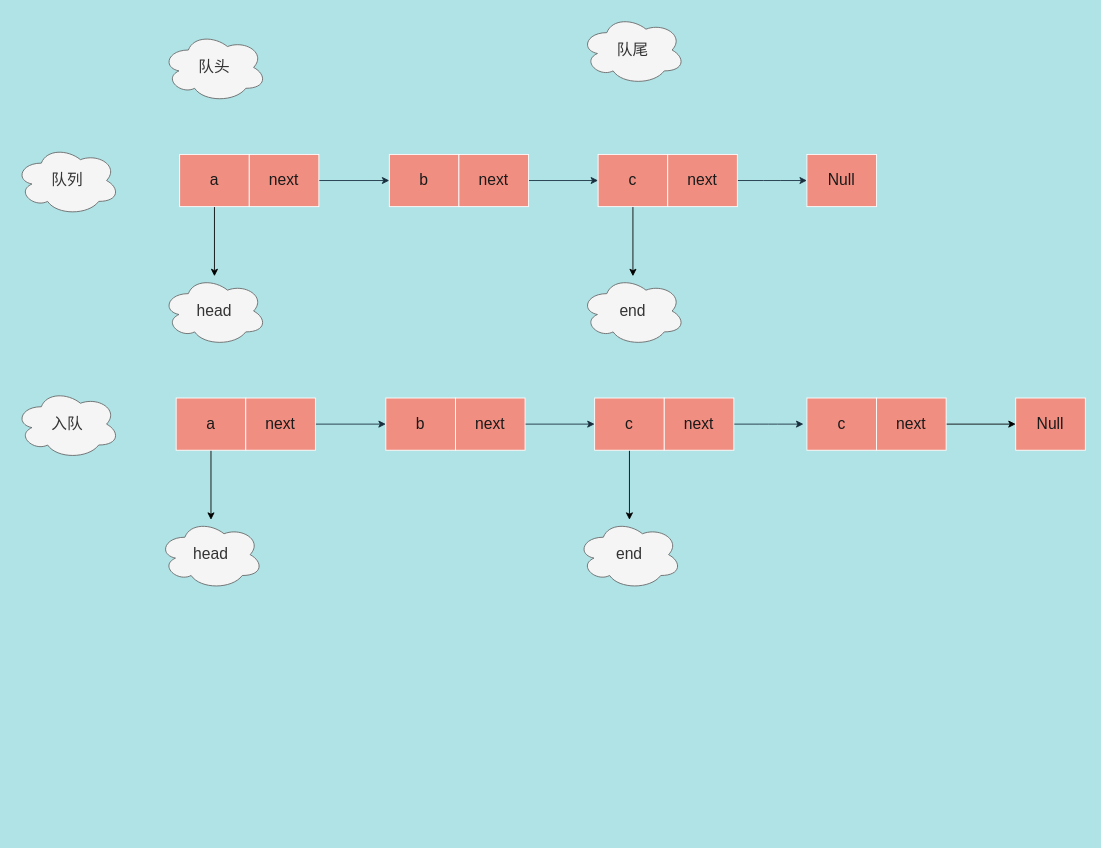
Above: page "Copy of link1" (15 of 20) of tree/tree.drawio in Christings/wechat (draw.io), before the change. Source tidied: cells renumbered, new cells numbered last; positions are measured from the earlier drawing's top-left corner, leaving out a move shared by most shapes. Both pictures are drawn from the tidied source at 87%, with x=0, y=0 at pixel (15, 15).
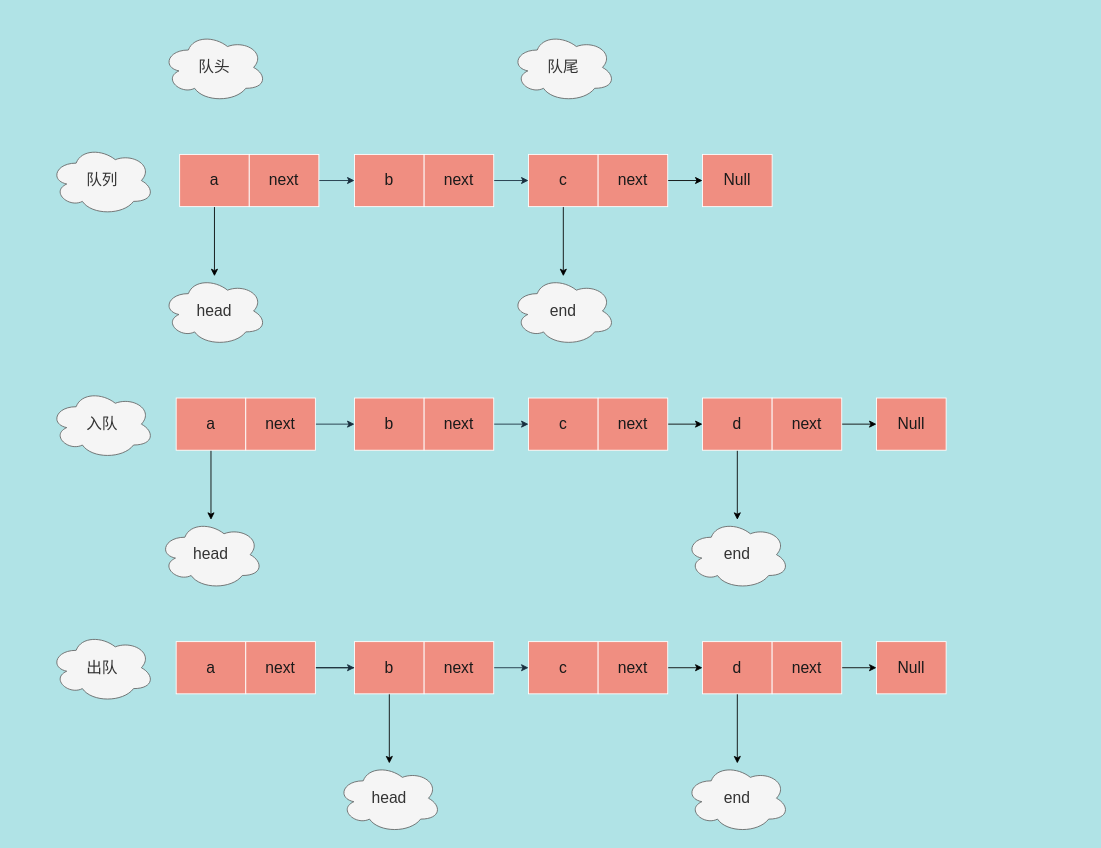
After the change.

Diff of the diagram source:
```diff
@@
     <mxCell id="6" value="b" style="rounded=0;whiteSpace=wrap;html=1;sketch=0;fontSize=18;fontColor=#1A1A1A;strokeColor=#FFFFFF;fillColor=#F08E81;" parent="1" vertex="1">
-      <mxGeometry x="430" y="160" width="80" height="60" as="geometry" />
+      <mxGeometry x="390" y="160" width="80" height="60" as="geometry" />
     </mxCell>
@@
     <mxCell id="8" value="next" style="rounded=0;whiteSpace=wrap;html=1;sketch=0;fontSize=18;fontColor=#1A1A1A;strokeColor=#FFFFFF;fillColor=#F08E81;" parent="1" vertex="1">
-      <mxGeometry x="510" y="160" width="80" height="60" as="geometry" />
+      <mxGeometry x="470" y="160" width="80" height="60" as="geometry" />
     </mxCell>
@@
     <mxCell id="10" value="c" style="rounded=0;whiteSpace=wrap;html=1;sketch=0;fontSize=18;fontColor=#1A1A1A;strokeColor=#FFFFFF;fillColor=#F08E81;" parent="1" vertex="1">
-      <mxGeometry x="670" y="160" width="80" height="60" as="geometry" />
+      <mxGeometry x="590" y="160" width="80" height="60" as="geometry" />
     </mxCell>
-    <mxCell id="11" style="edgeStyle=orthogonalEdgeStyle;curved=0;rounded=1;sketch=0;jettySize=auto;html=1;fontColor=#1A1A1A;strokeColor=#182E3E;" parent="1" edge="1" source="12">
-      <mxGeometry relative="1" as="geometry">
-        <mxPoint x="910" y="190" as="targetPoint" />
-      </mxGeometry>
-    </mxCell>
+    <mxCell id="37" style="edgeStyle=orthogonalEdgeStyle;rounded=0;jettySize=auto;html=1;" parent="1" edge="1" source="12" target="13">
+      <mxGeometry relative="1" as="geometry" />
+    </mxCell>
     <mxCell id="12" value="next" style="rounded=0;whiteSpace=wrap;html=1;sketch=0;fontSize=18;fontColor=#1A1A1A;strokeColor=#FFFFFF;fillColor=#F08E81;" parent="1" vertex="1">
-      <mxGeometry x="750" y="160" width="80" height="60" as="geometry" />
+      <mxGeometry x="670" y="160" width="80" height="60" as="geometry" />
     </mxCell>
     <mxCell id="13" value="Null" style="rounded=0;whiteSpace=wrap;html=1;sketch=0;fontSize=18;fontColor=#1A1A1A;strokeColor=#FFFFFF;fillColor=#F08E81;" parent="1" vertex="1">
-      <mxGeometry x="910" y="160" width="80" height="60" as="geometry" />
+      <mxGeometry x="790" y="160" width="80" height="60" as="geometry" />
     </mxCell>
     <mxCell id="14" value="&lt;font style=&quot;font-size: 18px&quot;&gt;队列&lt;/font&gt;" style="ellipse;shape=cloud;whiteSpace=wrap;html=1;fillColor=#f5f5f5;strokeColor=#666666;fontColor=#333333;" parent="1" vertex="1">
-      <mxGeometry y="150" width="120" height="80" as="geometry" />
+      <mxGeometry x="40" y="150" width="120" height="80" as="geometry" />
     </mxCell>
@@
     <mxCell id="16" value="&lt;span style=&quot;font-size: 18px&quot;&gt;队尾&lt;/span&gt;" style="ellipse;shape=cloud;whiteSpace=wrap;html=1;fillColor=#f5f5f5;strokeColor=#666666;fontColor=#333333;" parent="1" vertex="1">
-      <mxGeometry x="650" width="120" height="80" as="geometry" />
+      <mxGeometry x="570" y="20" width="120" height="80" as="geometry" />
     </mxCell>
@@
     <mxCell id="18" value="&lt;span style=&quot;font-size: 18px&quot;&gt;end&lt;/span&gt;" style="ellipse;shape=cloud;whiteSpace=wrap;html=1;fillColor=#f5f5f5;strokeColor=#666666;fontColor=#333333;" parent="1" vertex="1">
-      <mxGeometry x="650" y="300" width="120" height="80" as="geometry" />
+      <mxGeometry x="570" y="300" width="120" height="80" as="geometry" />
     </mxCell>
@@
     <mxCell id="23" value="b" style="rounded=0;whiteSpace=wrap;html=1;sketch=0;fontSize=18;fontColor=#1A1A1A;strokeColor=#FFFFFF;fillColor=#F08E81;" parent="1" vertex="1">
-      <mxGeometry x="426" y="440" width="80" height="60" as="geometry" />
+      <mxGeometry x="390" y="440" width="80" height="60" as="geometry" />
     </mxCell>
@@
     <mxCell id="25" value="next" style="rounded=0;whiteSpace=wrap;html=1;sketch=0;fontSize=18;fontColor=#1A1A1A;strokeColor=#FFFFFF;fillColor=#F08E81;" parent="1" vertex="1">
-      <mxGeometry x="506" y="440" width="80" height="60" as="geometry" />
+      <mxGeometry x="470" y="440" width="80" height="60" as="geometry" />
     </mxCell>
-    <mxCell id="26" style="edgeStyle=orthogonalEdgeStyle;rounded=0;jettySize=auto;html=1;" parent="1" edge="1" source="27" target="32">
-      <mxGeometry relative="1" as="geometry" />
-    </mxCell>
     <mxCell id="27" value="c" style="rounded=0;whiteSpace=wrap;html=1;sketch=0;fontSize=18;fontColor=#1A1A1A;strokeColor=#FFFFFF;fillColor=#F08E81;" parent="1" vertex="1">
-      <mxGeometry x="666" y="440" width="80" height="60" as="geometry" />
+      <mxGeometry x="590" y="440" width="80" height="60" as="geometry" />
     </mxCell>
-    <mxCell id="28" style="edgeStyle=orthogonalEdgeStyle;curved=0;rounded=1;sketch=0;jettySize=auto;html=1;fontColor=#1A1A1A;strokeColor=#182E3E;" parent="1" edge="1" source="29">
-      <mxGeometry relative="1" as="geometry">
-        <mxPoint x="906" y="470" as="targetPoint" />
-      </mxGeometry>
-    </mxCell>
+    <mxCell id="38" style="edgeStyle=orthogonalEdgeStyle;rounded=0;jettySize=auto;html=1;" parent="1" edge="1" source="29" target="34">
+      <mxGeometry relative="1" as="geometry" />
+    </mxCell>
     <mxCell id="29" value="next" style="rounded=0;whiteSpace=wrap;html=1;sketch=0;fontSize=18;fontColor=#1A1A1A;strokeColor=#FFFFFF;fillColor=#F08E81;" parent="1" vertex="1">
-      <mxGeometry x="746" y="440" width="80" height="60" as="geometry" />
+      <mxGeometry x="670" y="440" width="80" height="60" as="geometry" />
     </mxCell>
     <mxCell id="30" value="Null" style="rounded=0;whiteSpace=wrap;html=1;sketch=0;fontSize=18;fontColor=#1A1A1A;strokeColor=#FFFFFF;fillColor=#F08E81;" parent="1" vertex="1">
-      <mxGeometry x="1150" y="440" width="80" height="60" as="geometry" />
+      <mxGeometry x="990" y="440" width="80" height="60" as="geometry" />
     </mxCell>
@@
     <mxCell id="32" value="&lt;span style=&quot;font-size: 18px&quot;&gt;end&lt;/span&gt;" style="ellipse;shape=cloud;whiteSpace=wrap;html=1;fillColor=#f5f5f5;strokeColor=#666666;fontColor=#333333;" parent="1" vertex="1">
-      <mxGeometry x="646" y="580" width="120" height="80" as="geometry" />
+      <mxGeometry x="770" y="580" width="120" height="80" as="geometry" />
     </mxCell>
     <mxCell id="33" value="&lt;span style=&quot;font-size: 18px&quot;&gt;入队&lt;/span&gt;" style="ellipse;shape=cloud;whiteSpace=wrap;html=1;fillColor=#f5f5f5;strokeColor=#666666;fontColor=#333333;" parent="1" vertex="1">
-      <mxGeometry y="430" width="120" height="80" as="geometry" />
+      <mxGeometry x="40" y="430" width="120" height="80" as="geometry" />
     </mxCell>
+    <mxCell id="39" style="edgeStyle=orthogonalEdgeStyle;rounded=0;jettySize=auto;html=1;" parent="1" edge="1" source="34" target="32">
+      <mxGeometry relative="1" as="geometry" />
+    </mxCell>
-    <mxCell id="34" value="c" style="rounded=0;whiteSpace=wrap;html=1;sketch=0;fontSize=18;fontColor=#1A1A1A;strokeColor=#FFFFFF;fillColor=#F08E81;" parent="1" vertex="1">
-      <mxGeometry x="910" y="440" width="80" height="60" as="geometry" />
+    <mxCell id="34" value="d" style="rounded=0;whiteSpace=wrap;html=1;sketch=0;fontSize=18;fontColor=#1A1A1A;strokeColor=#FFFFFF;fillColor=#F08E81;" parent="1" vertex="1">
+      <mxGeometry x="790" y="440" width="80" height="60" as="geometry" />
     </mxCell>
@@
     <mxCell id="36" value="next" style="rounded=0;whiteSpace=wrap;html=1;sketch=0;fontSize=18;fontColor=#1A1A1A;strokeColor=#FFFFFF;fillColor=#F08E81;" parent="1" vertex="1">
-      <mxGeometry x="990" y="440" width="80" height="60" as="geometry" />
+      <mxGeometry x="870" y="440" width="80" height="60" as="geometry" />
     </mxCell>
+    <mxCell id="40" style="edgeStyle=orthogonalEdgeStyle;rounded=0;jettySize=auto;html=1;" parent="1" edge="1" source="41" target="50">
+      <mxGeometry relative="1" as="geometry" />
+    </mxCell>
+    <mxCell id="41" value="a" style="rounded=0;whiteSpace=wrap;html=1;sketch=0;fontSize=18;fontColor=#1A1A1A;strokeColor=#FFFFFF;fillColor=#F08E81;" parent="1" vertex="1">
+      <mxGeometry x="185" y="720" width="80" height="60" as="geometry" />
+    </mxCell>
+    <mxCell id="42" style="edgeStyle=orthogonalEdgeStyle;curved=0;rounded=1;sketch=0;jettySize=auto;html=1;fontColor=#1A1A1A;strokeColor=#182E3E;" parent="1" edge="1" source="43" target="44">
+      <mxGeometry relative="1" as="geometry" />
+    </mxCell>
+    <mxCell id="43" value="next" style="rounded=0;whiteSpace=wrap;html=1;sketch=0;fontSize=18;fontColor=#1A1A1A;strokeColor=#FFFFFF;fillColor=#F08E81;" parent="1" vertex="1">
+      <mxGeometry x="265" y="720" width="80" height="60" as="geometry" />
+    </mxCell>
+    <mxCell id="44" value="b" style="rounded=0;whiteSpace=wrap;html=1;sketch=0;fontSize=18;fontColor=#1A1A1A;strokeColor=#FFFFFF;fillColor=#F08E81;" parent="1" vertex="1">
+      <mxGeometry x="390" y="720" width="80" height="60" as="geometry" />
+    </mxCell>
+    <mxCell id="45" style="edgeStyle=orthogonalEdgeStyle;curved=0;rounded=1;sketch=0;jettySize=auto;html=1;fontColor=#1A1A1A;strokeColor=#182E3E;" parent="1" edge="1" source="46" target="47">
+      <mxGeometry relative="1" as="geometry" />
+    </mxCell>
+    <mxCell id="46" value="next" style="rounded=0;whiteSpace=wrap;html=1;sketch=0;fontSize=18;fontColor=#1A1A1A;strokeColor=#FFFFFF;fillColor=#F08E81;" parent="1" vertex="1">
+      <mxGeometry x="470" y="720" width="80" height="60" as="geometry" />
+    </mxCell>
+    <mxCell id="47" value="c" style="rounded=0;whiteSpace=wrap;html=1;sketch=0;fontSize=18;fontColor=#1A1A1A;strokeColor=#FFFFFF;fillColor=#F08E81;" parent="1" vertex="1">
+      <mxGeometry x="590" y="720" width="80" height="60" as="geometry" />
+    </mxCell>
+    <mxCell id="48" style="edgeStyle=orthogonalEdgeStyle;rounded=0;jettySize=auto;html=1;" parent="1" edge="1" source="49" target="54">
+      <mxGeometry relative="1" as="geometry" />
+    </mxCell>
+    <mxCell id="49" value="next" style="rounded=0;whiteSpace=wrap;html=1;sketch=0;fontSize=18;fontColor=#1A1A1A;strokeColor=#FFFFFF;fillColor=#F08E81;" parent="1" vertex="1">
+      <mxGeometry x="670" y="720" width="80" height="60" as="geometry" />
+    </mxCell>
+    <mxCell id="50" value="&lt;span style=&quot;font-size: 18px&quot;&gt;head&lt;/span&gt;" style="ellipse;shape=cloud;whiteSpace=wrap;html=1;fillColor=#f5f5f5;strokeColor=#666666;fontColor=#333333;" parent="1" vertex="1">
+      <mxGeometry x="370" y="860" width="120" height="80" as="geometry" />
+    </mxCell>
+    <mxCell id="51" value="&lt;span style=&quot;font-size: 18px&quot;&gt;end&lt;/span&gt;" style="ellipse;shape=cloud;whiteSpace=wrap;html=1;fillColor=#f5f5f5;strokeColor=#666666;fontColor=#333333;" parent="1" vertex="1">
+      <mxGeometry x="770" y="860" width="120" height="80" as="geometry" />
+    </mxCell>
+    <mxCell id="52" value="&lt;span style=&quot;font-size: 18px&quot;&gt;出队&lt;/span&gt;" style="ellipse;shape=cloud;whiteSpace=wrap;html=1;fillColor=#f5f5f5;strokeColor=#666666;fontColor=#333333;" parent="1" vertex="1">
+      <mxGeometry x="40" y="710" width="120" height="80" as="geometry" />
+    </mxCell>
+    <mxCell id="53" style="edgeStyle=orthogonalEdgeStyle;rounded=0;jettySize=auto;html=1;" parent="1" edge="1" source="54" target="51">
+      <mxGeometry relative="1" as="geometry" />
+    </mxCell>
+    <mxCell id="54" value="d" style="rounded=0;whiteSpace=wrap;html=1;sketch=0;fontSize=18;fontColor=#1A1A1A;strokeColor=#FFFFFF;fillColor=#F08E81;" parent="1" vertex="1">
+      <mxGeometry x="790" y="720" width="80" height="60" as="geometry" />
+    </mxCell>
+    <mxCell id="55" style="edgeStyle=orthogonalEdgeStyle;rounded=0;jettySize=auto;html=1;" parent="1" edge="1" source="56" target="57">
+      <mxGeometry relative="1" as="geometry" />
+    </mxCell>
+    <mxCell id="56" value="next" style="rounded=0;whiteSpace=wrap;html=1;sketch=0;fontSize=18;fontColor=#1A1A1A;strokeColor=#FFFFFF;fillColor=#F08E81;" parent="1" vertex="1">
+      <mxGeometry x="870" y="720" width="80" height="60" as="geometry" />
+    </mxCell>
+    <mxCell id="57" value="Null" style="rounded=0;whiteSpace=wrap;html=1;sketch=0;fontSize=18;fontColor=#1A1A1A;strokeColor=#FFFFFF;fillColor=#F08E81;" parent="1" vertex="1">
+      <mxGeometry x="990" y="720" width="80" height="60" as="geometry" />
+    </mxCell>
```
